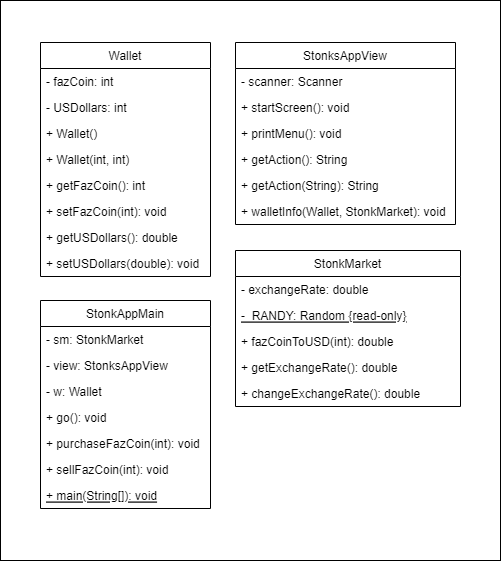
Before: StonksUML.png, a diagram exported from draw.io (jakemosier/Lab06Stonks). Source tidied: cells renumbered, new cells last; positions are measured from the earlier drawing's top-left corner, leaving out a move shared by most shapes.
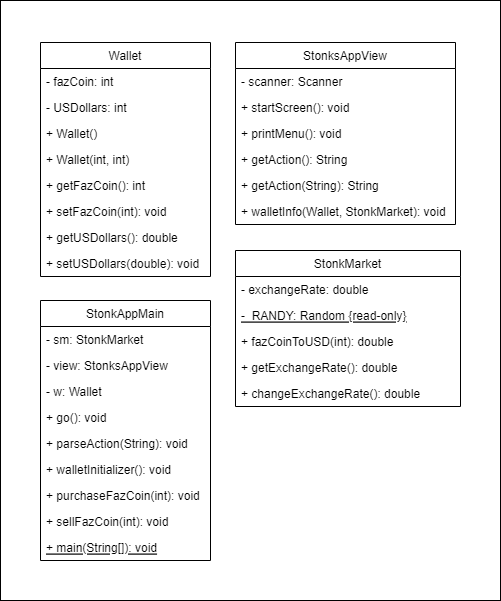
The same diagram one commit later.

What changed in the source:
```diff
@@ -3,7 +3,7 @@
     <mxCell id="0" />
     <mxCell id="1" parent="0" />
     <mxCell id="2" style="rounded=0;whiteSpace=wrap;html=1;" parent="1" vertex="1">
-      <mxGeometry width="500" height="560" as="geometry" />
+      <mxGeometry width="500" height="600" as="geometry" />
     </mxCell>
     <mxCell id="3" value="StonksAppView" style="swimlane;fontStyle=0;horizontal=1;startSize=26;fillColor=none;" parent="1" vertex="1">
       <mxGeometry x="235" y="42" width="220" height="182" as="geometry" />
@@ -27,7 +27,7 @@
       <mxGeometry y="156" width="220" height="26" as="geometry" />
     </mxCell>
     <mxCell id="10" value="StonkAppMain" style="swimlane;fontStyle=0;horizontal=1;startSize=26;fillColor=none;" parent="1" vertex="1">
-      <mxGeometry x="40" y="300" width="170" height="208" as="geometry" />
+      <mxGeometry x="40" y="300" width="170" height="260" as="geometry" />
     </mxCell>
     <mxCell id="11" value="- sm: StonkMarket" style="text;strokeColor=none;fillColor=none;align=left;verticalAlign=top;spacingLeft=4;spacingRight=4;overflow=hidden;" parent="10" vertex="1">
       <mxGeometry y="26" width="170" height="26" as="geometry" />
@@ -41,14 +41,20 @@
     <mxCell id="14" value="+ go(): void" style="text;strokeColor=none;fillColor=none;align=left;verticalAlign=top;spacingLeft=4;spacingRight=4;overflow=hidden;" parent="10" vertex="1">
       <mxGeometry y="104" width="170" height="26" as="geometry" />
     </mxCell>
+    <mxCell id="33" value="+ parseAction(String): void" style="text;strokeColor=none;fillColor=none;align=left;verticalAlign=top;spacingLeft=4;spacingRight=4;overflow=hidden;" parent="10" vertex="1">
+      <mxGeometry y="130" width="170" height="26" as="geometry" />
+    </mxCell>
+    <mxCell id="34" value="+ walletInitializer(): void" style="text;strokeColor=none;fillColor=none;align=left;verticalAlign=top;spacingLeft=4;spacingRight=4;overflow=hidden;" parent="10" vertex="1">
+      <mxGeometry y="156" width="170" height="26" as="geometry" />
+    </mxCell>
     <mxCell id="15" value="+ purchaseFazCoin(int): void" style="text;strokeColor=none;fillColor=none;align=left;verticalAlign=top;spacingLeft=4;spacingRight=4;overflow=hidden;" parent="10" vertex="1">
-      <mxGeometry y="130" width="170" height="26" as="geometry" />
+      <mxGeometry y="182" width="170" height="26" as="geometry" />
     </mxCell>
     <mxCell id="16" value="+ sellFazCoin(int): void" style="text;strokeColor=none;fillColor=none;align=left;verticalAlign=top;spacingLeft=4;spacingRight=4;overflow=hidden;" parent="10" vertex="1">
-      <mxGeometry y="156" width="170" height="26" as="geometry" />
+      <mxGeometry y="208" width="170" height="26" as="geometry" />
     </mxCell>
     <mxCell id="17" value="+ main(String[]): void" style="text;strokeColor=none;fillColor=none;align=left;verticalAlign=top;spacingLeft=4;spacingRight=4;overflow=hidden;fontStyle=4;" parent="10" vertex="1">
-      <mxGeometry y="182" width="170" height="26" as="geometry" />
+      <mxGeometry y="234" width="170" height="26" as="geometry" />
     </mxCell>
     <mxCell id="18" value="Wallet" style="swimlane;fontStyle=0;horizontal=1;startSize=26;fillColor=none;" parent="1" vertex="1">
       <mxGeometry x="40" y="42" width="170" height="234" as="geometry" />
```
